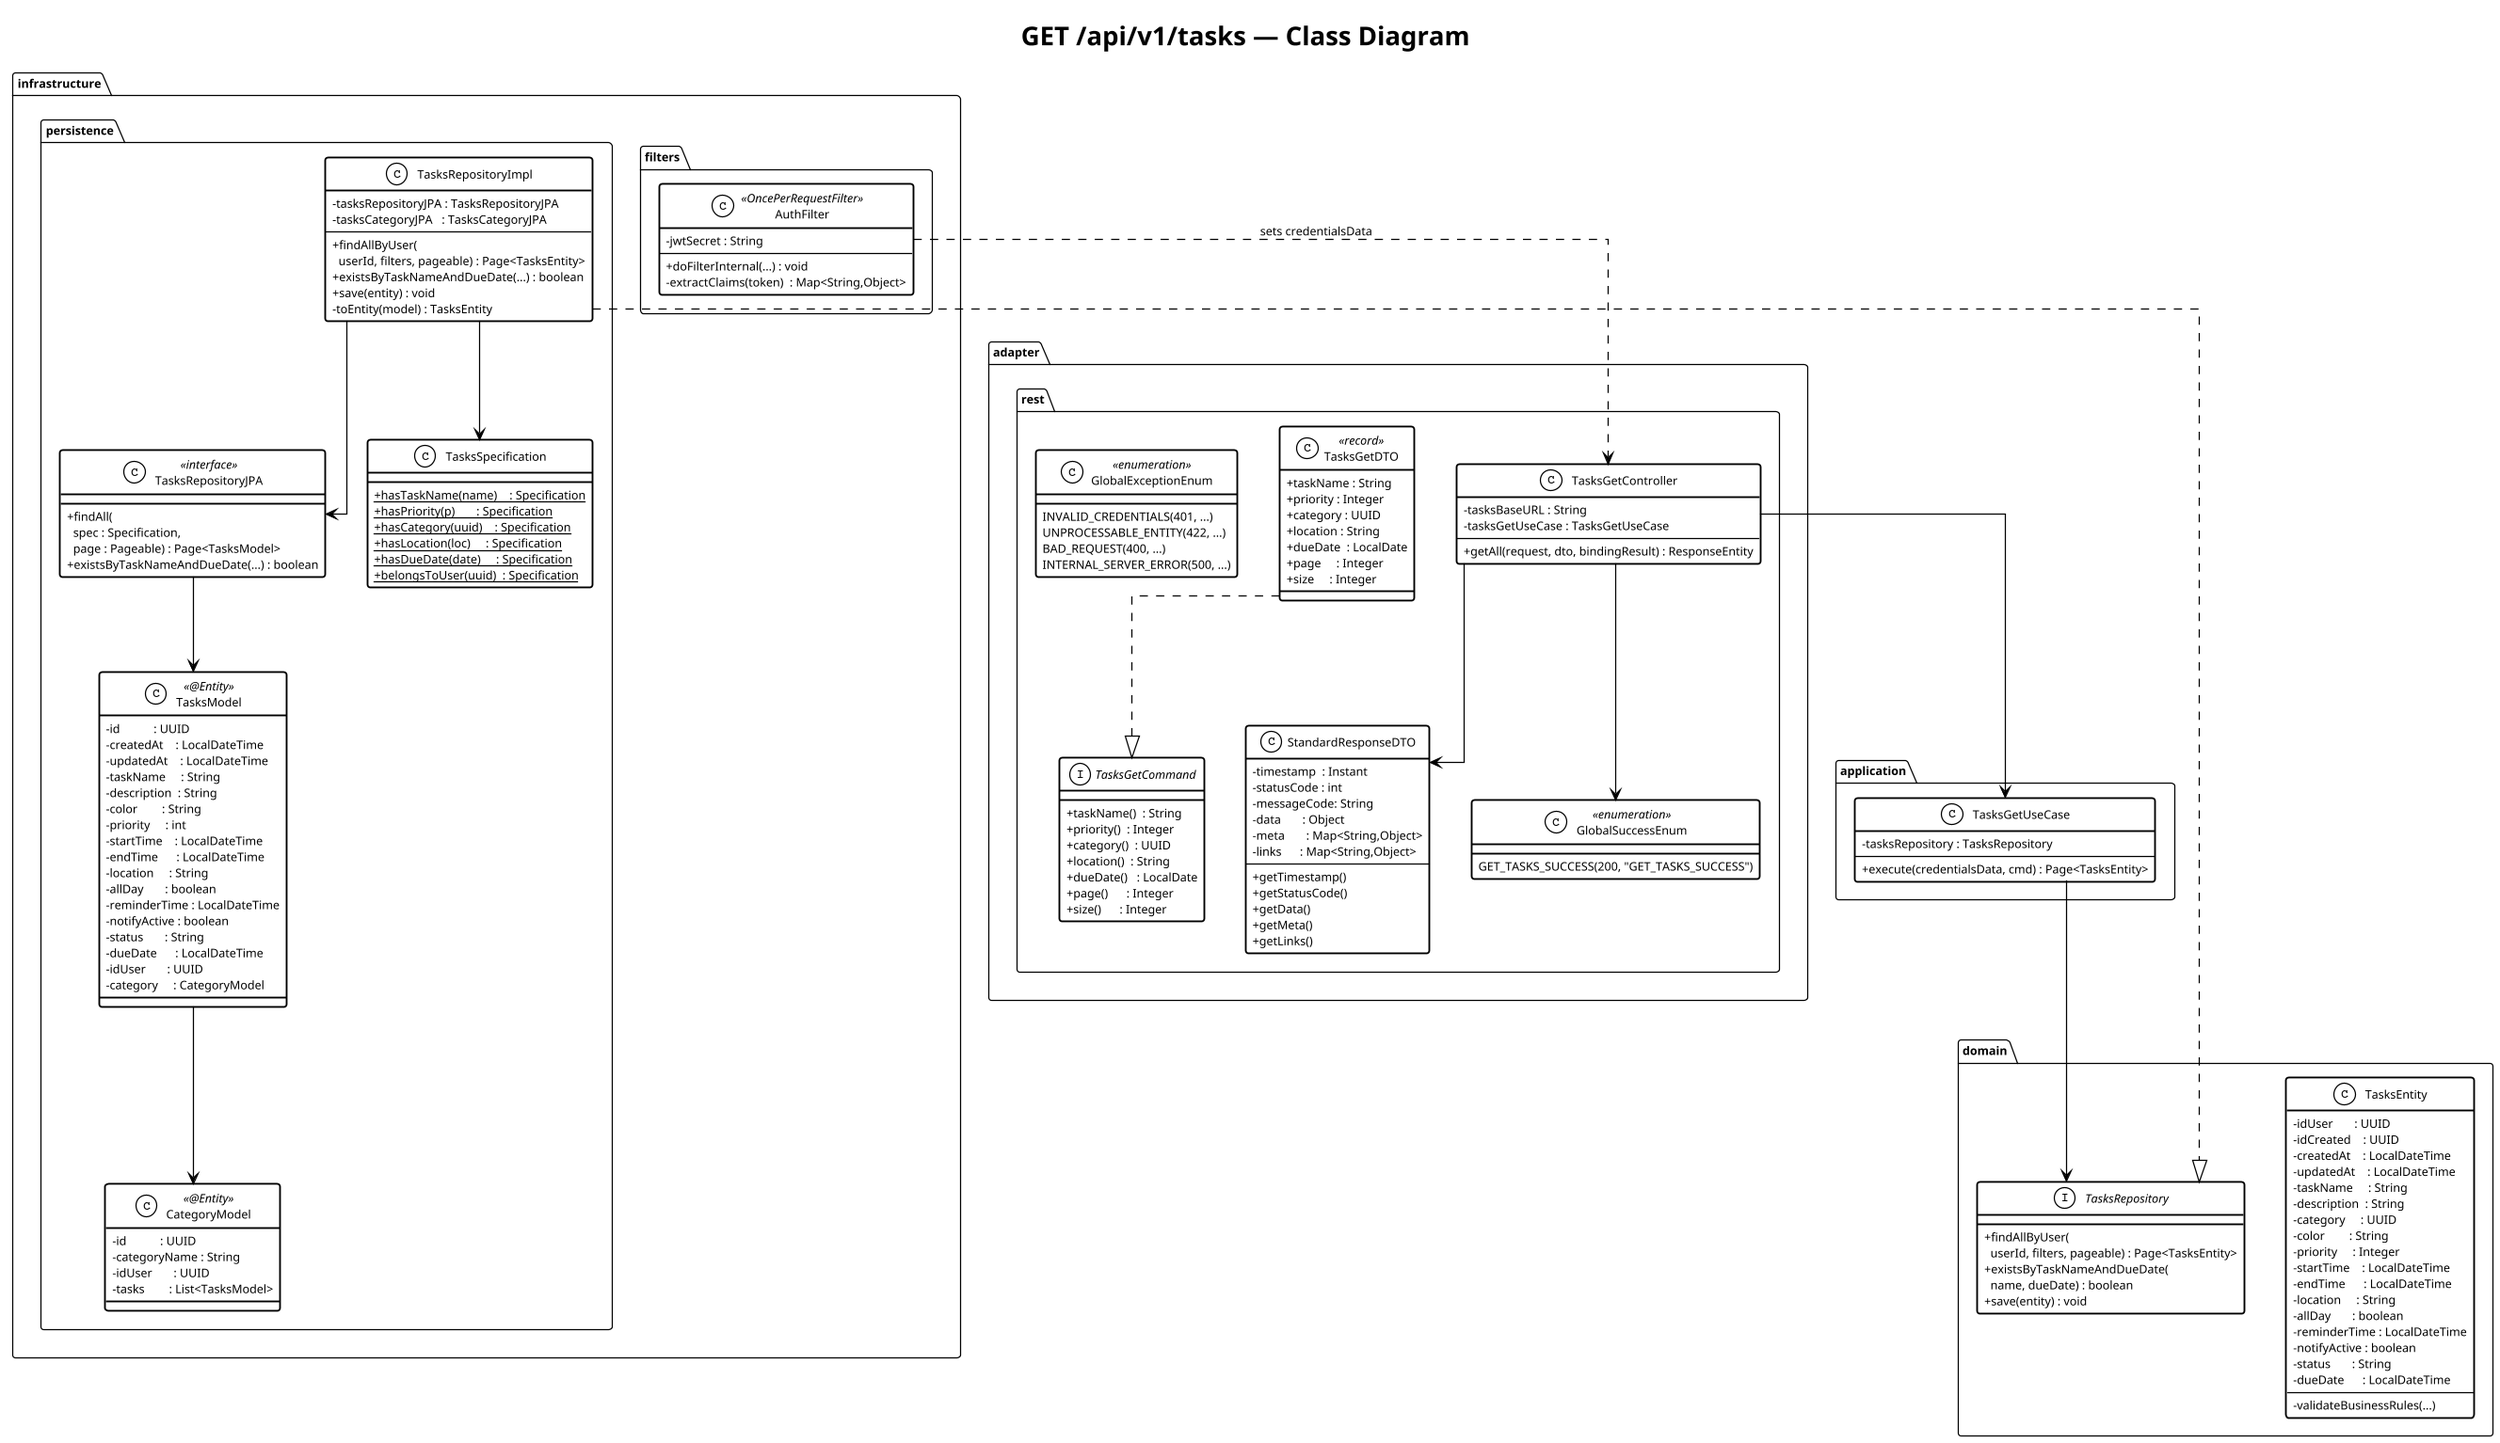
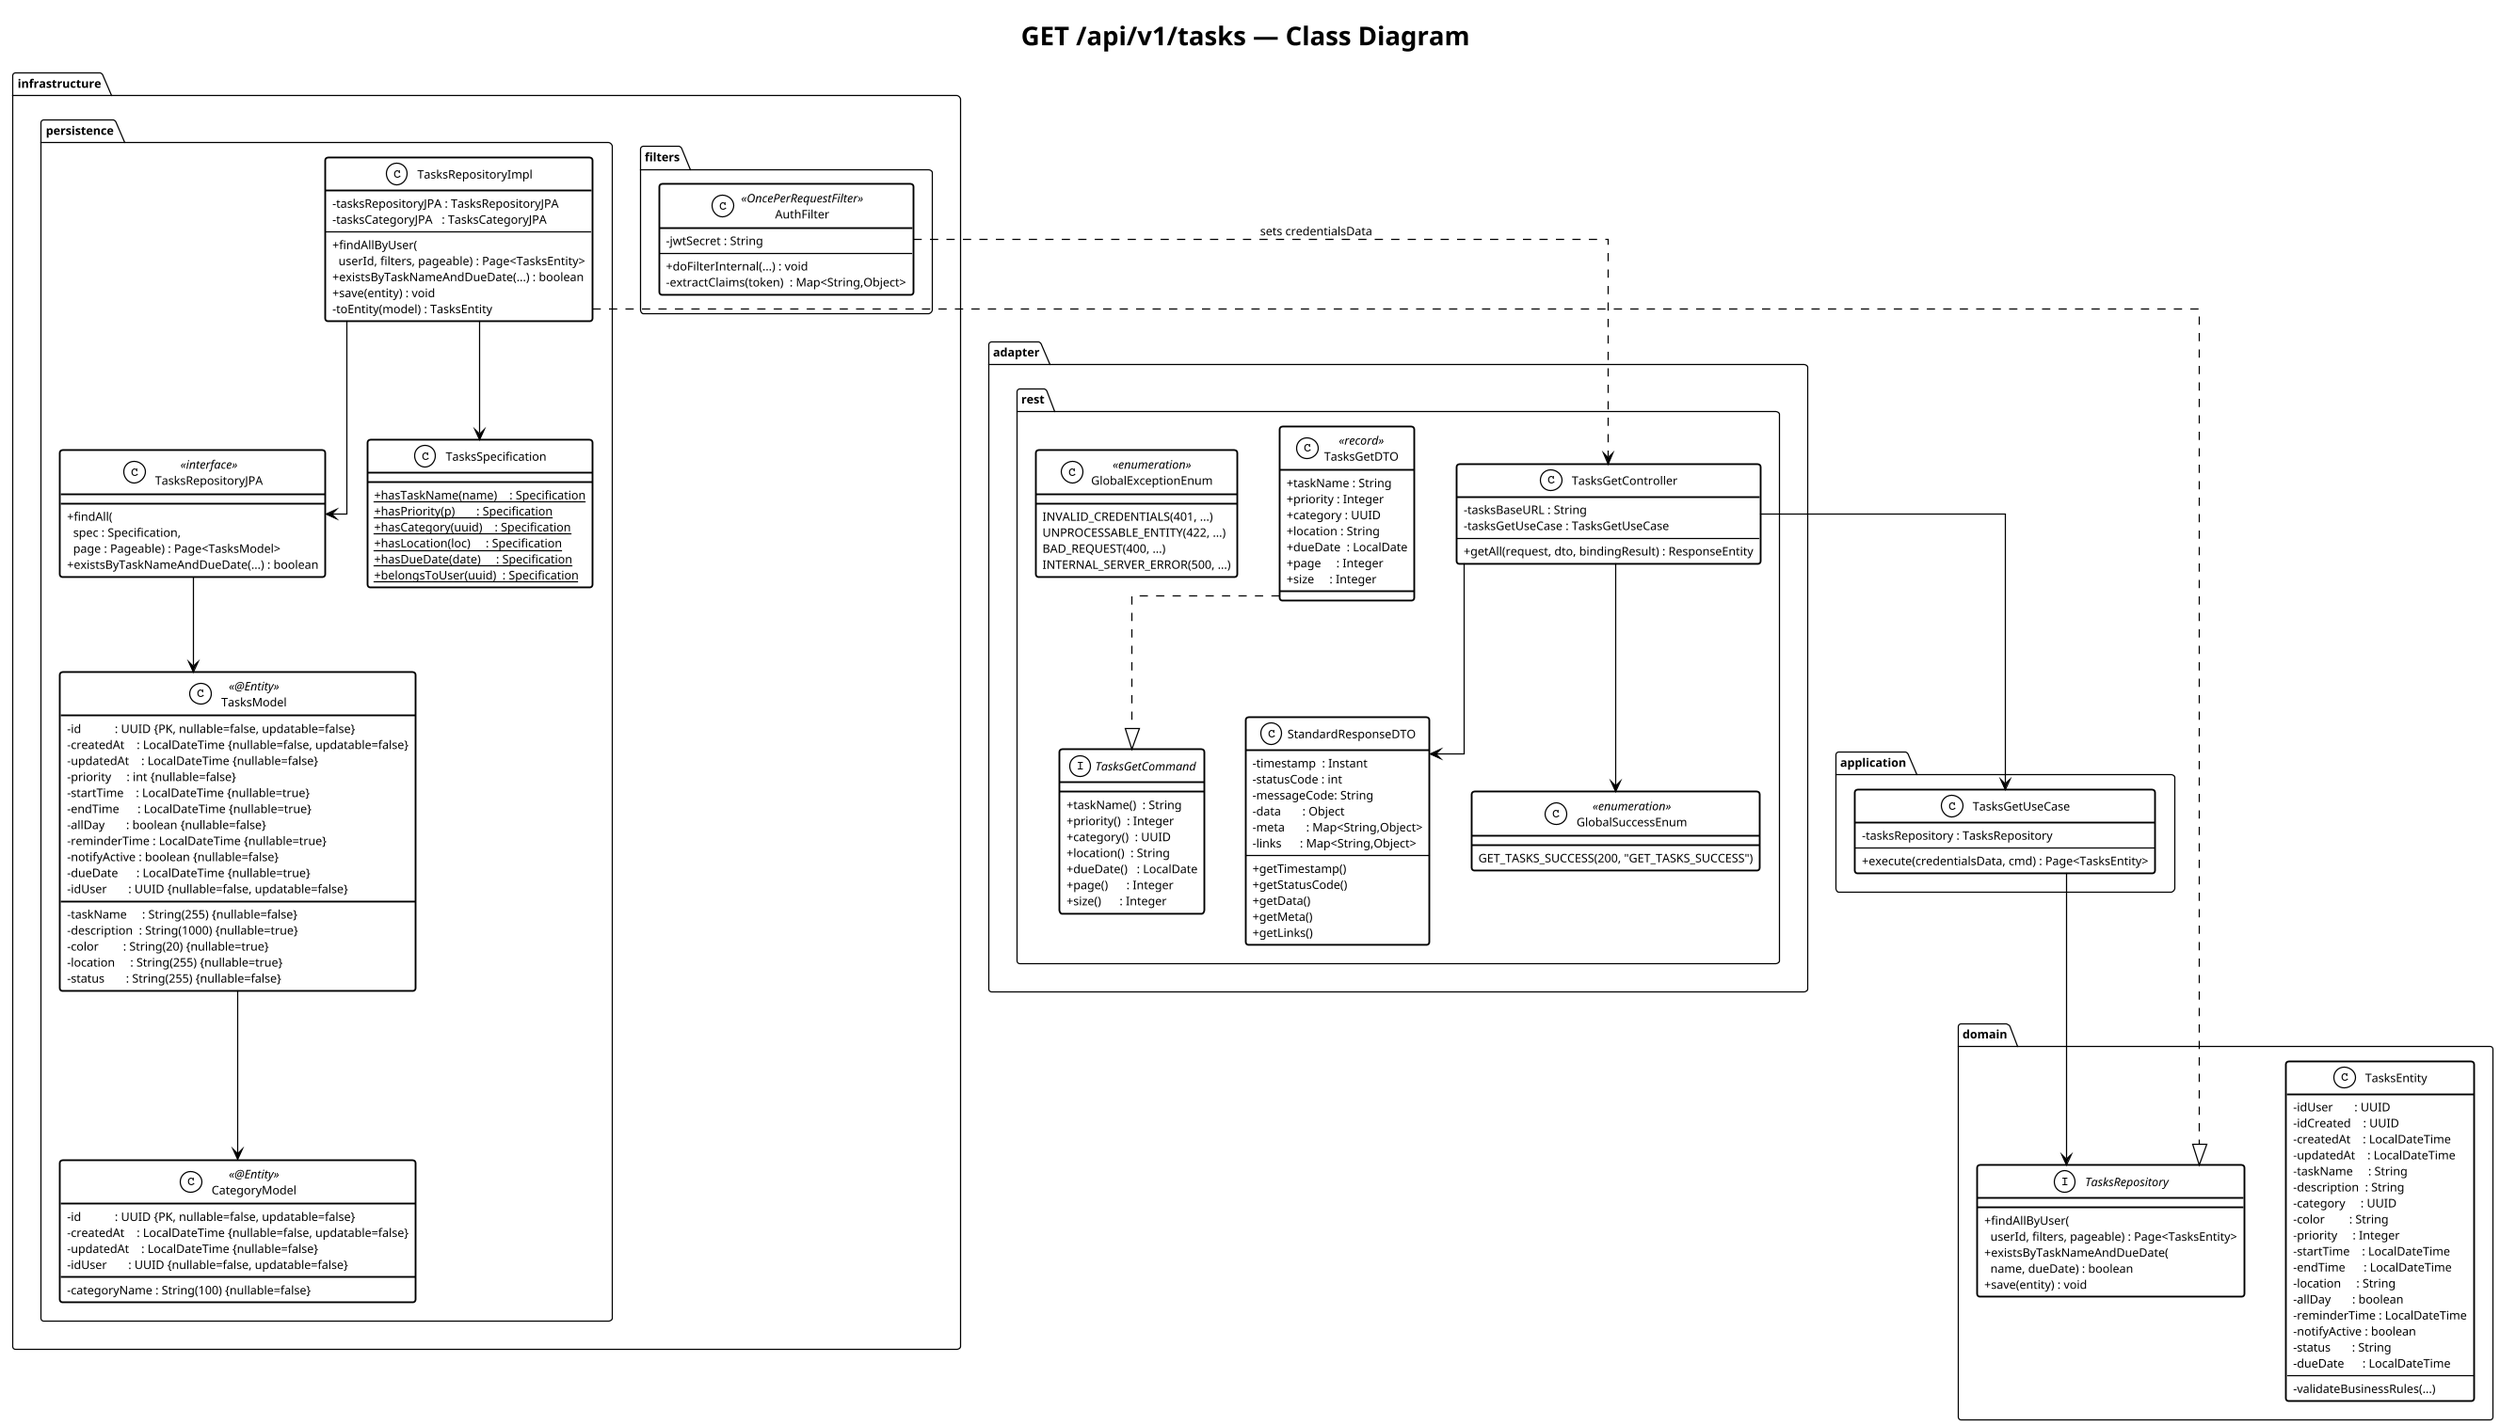
@startuml Class_GET_Tasks
!theme plain
skinparam pageMargin 10
skinparam dpi 120
skinparam classAttributeIconSize 0
skinparam classBorderThickness 1.5
skinparam defaultFontSize 10
skinparam linetype ortho

title GET /api/v1/tasks — Class Diagram

package "adapter.rest" {

    class TasksGetController {
        - tasksBaseURL : String
        - tasksGetUseCase : TasksGetUseCase
        --
        + getAll(request, dto, bindingResult) : ResponseEntity
    }

    class TasksGetDTO <<record>> {
        + taskName : String
        + priority : Integer
        + category : UUID
        + location : String
        + dueDate  : LocalDate
        + page     : Integer
        + size     : Integer
    }

    class StandardResponseDTO {
        - timestamp  : Instant
        - statusCode : int
        - messageCode: String
        - data       : Object
        - meta       : Map<String,Object>
        - links      : Map<String,Object>
        --
        + getTimestamp()
        + getStatusCode()
        + getData()
        + getMeta()
        + getLinks()
    }

    class GlobalSuccessEnum <<enumeration>> {
        GET_TASKS_SUCCESS(200, "GET_TASKS_SUCCESS")
    }

    class GlobalExceptionEnum <<enumeration>> {
        INVALID_CREDENTIALS(401, ...)
        UNPROCESSABLE_ENTITY(422, ...)
        BAD_REQUEST(400, ...)
        INTERNAL_SERVER_ERROR(500, ...)
    }

    interface TasksGetCommand {
        + taskName()  : String
        + priority()  : Integer
        + category()  : UUID
        + location()  : String
        + dueDate()   : LocalDate
        + page()      : Integer
        + size()      : Integer
    }
}

package "application" {

    class TasksGetUseCase {
        - tasksRepository : TasksRepository
        --
        + execute(credentialsData, cmd) : Page<TasksEntity>
    }
}

package "domain" {

    class TasksEntity {
        - idUser       : UUID
        - idCreated    : UUID
        - createdAt    : LocalDateTime
        - updatedAt    : LocalDateTime
        - taskName     : String
        - description  : String
        - category     : UUID
        - color        : String
        - priority     : Integer
        - startTime    : LocalDateTime
        - endTime      : LocalDateTime
        - location     : String
        - allDay       : boolean
        - reminderTime : LocalDateTime
        - notifyActive : boolean
        - status       : String
        - dueDate      : LocalDateTime
        --
        - validateBusinessRules(...)
    }

    interface TasksRepository {
        + findAllByUser(\n  userId, filters, pageable) : Page<TasksEntity>
        + existsByTaskNameAndDueDate(\n  name, dueDate) : boolean
        + save(entity) : void
    }
}

package "infrastructure.persistence" {

    class TasksRepositoryImpl {
        - tasksRepositoryJPA : TasksRepositoryJPA
        - tasksCategoryJPA   : TasksCategoryJPA
        --
        + findAllByUser(\n  userId, filters, pageable) : Page<TasksEntity>
        + existsByTaskNameAndDueDate(...) : boolean
        + save(entity) : void
        - toEntity(model) : TasksEntity
    }

    class TasksRepositoryJPA <<interface>> {
        + findAll(\n  spec : Specification,\n  page : Pageable) : Page<TasksModel>
        + existsByTaskNameAndDueDate(...) : boolean
    }

    class TasksSpecification {
        + {static} hasTaskName(name)    : Specification
        + {static} hasPriority(p)       : Specification
        + {static} hasCategory(uuid)    : Specification
        + {static} hasLocation(loc)     : Specification
        + {static} hasDueDate(date)     : Specification
        + {static} belongsToUser(uuid)  : Specification
    }

    class TasksModel <<@Entity>> {
-         - id           : UUID
-         - createdAt    : LocalDateTime
-         - updatedAt    : LocalDateTime
-         - taskName     : String
-         - description  : String
-         - color        : String
-         - priority     : int
-         - startTime    : LocalDateTime
-         - endTime      : LocalDateTime
-         - location     : String
-         - allDay       : boolean
-         - reminderTime : LocalDateTime
-         - notifyActive : boolean
-         - status       : String
-         - dueDate      : LocalDateTime
-         - idUser       : UUID
-         - category     : CategoryModel
+         - id           : UUID {PK, nullable=false, updatable=false}
+         - createdAt    : LocalDateTime {nullable=false, updatable=false}
+         - updatedAt    : LocalDateTime {nullable=false}
+         - taskName     : String(255) {nullable=false}
+         - description  : String(1000) {nullable=true}
+         - color        : String(20) {nullable=true}
+         - priority     : int {nullable=false}
+         - startTime    : LocalDateTime {nullable=true}
+         - endTime      : LocalDateTime {nullable=true}
+         - location     : String(255) {nullable=true}
+         - allDay       : boolean {nullable=false}
+         - reminderTime : LocalDateTime {nullable=true}
+         - notifyActive : boolean {nullable=false}
+         - status       : String(255) {nullable=false}
+         - dueDate      : LocalDateTime {nullable=true}
+         - idUser       : UUID {nullable=false, updatable=false}
    }

    class CategoryModel <<@Entity>> {
-         - id           : UUID
-         - categoryName : String
-         - idUser       : UUID
-         - tasks        : List<TasksModel>
+         - id           : UUID {PK, nullable=false, updatable=false}
+         - createdAt    : LocalDateTime {nullable=false, updatable=false}
+         - updatedAt    : LocalDateTime {nullable=false}
+         - categoryName : String(100) {nullable=false}
+         - idUser       : UUID {nullable=false, updatable=false}
    }
}

package "infrastructure.filters" {
    class AuthFilter <<OncePerRequestFilter>> {
        - jwtSecret : String
        --
        + doFilterInternal(...) : void
        - extractClaims(token)  : Map<String,Object>
    }
}

' Relations
TasksGetDTO          ..|>  TasksGetCommand
TasksGetController   -->   TasksGetUseCase
TasksGetController   -->   StandardResponseDTO
TasksGetController   -->   GlobalSuccessEnum
TasksGetUseCase      -->   TasksRepository
TasksRepositoryImpl  ..|>  TasksRepository
TasksRepositoryImpl  -->   TasksRepositoryJPA
TasksRepositoryImpl  -->   TasksSpecification
TasksRepositoryJPA   -->   TasksModel
TasksModel           -->   CategoryModel
AuthFilter           ..>   TasksGetController : sets credentialsData

@enduml